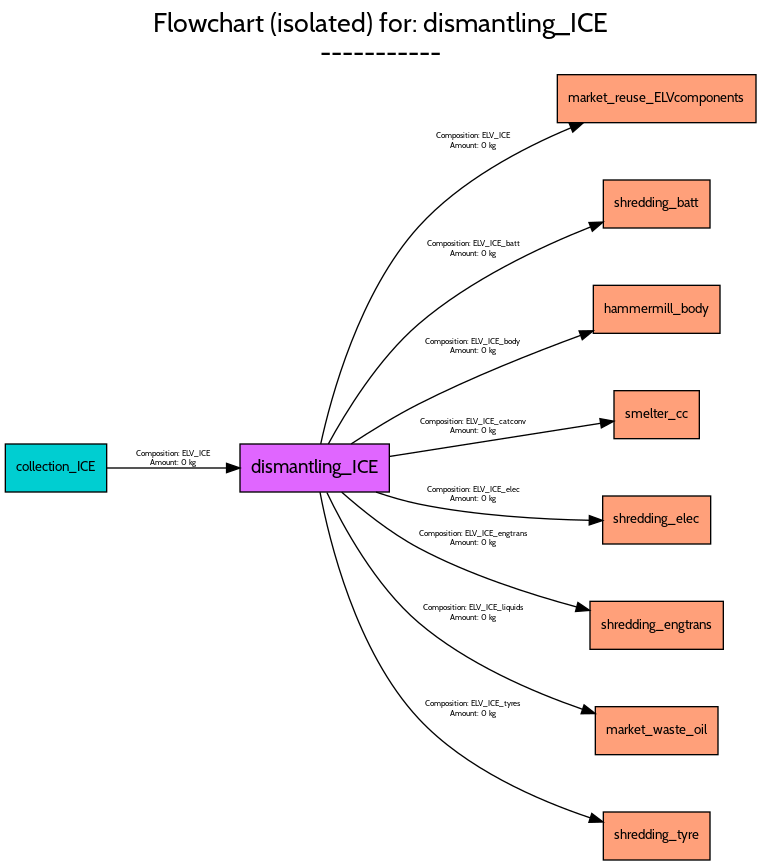
Above: src/examples/ELV/figures/flowcharts/processes/png/dismantling_ICE.png in FutuRaM-Project/Recovery-Model (Graphviz), before the change. Its source is kept beside it as src/examples/ELV/figures/flowcharts/processes/dot/dismantling_ICE.dot.
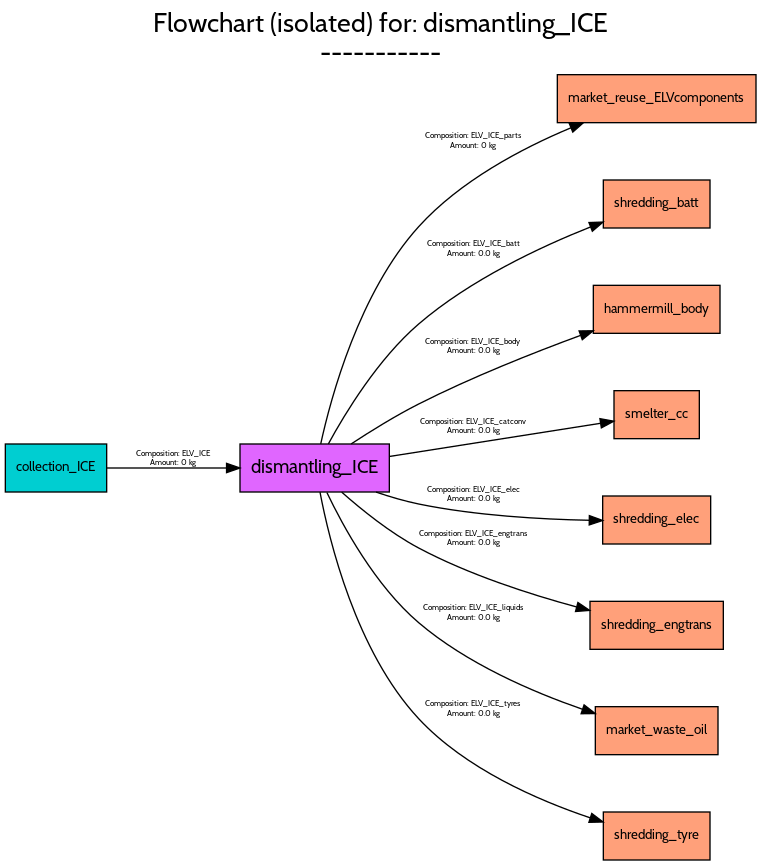
Later version of the same file.

Diff of the diagram source:
```diff
@@ -34,7 +34,7 @@
 	dismantling_ICE -> market_reuse_ELVcomponents	[color=black,
 		fontname=Cabin,
 		fontsize=6,
-		label="Composition: ELV_ICE
+		label="Composition: ELV_ICE_parts
 Amount: 0 kg",
 		lp="351,539",
 		pos="e,433.53,552.94 236.54,312.07 244.24,347.27 265.53,425.89 310,475 340.89,509.12 386.82,533.5 424.22,549.15"];
@@ -50,7 +50,7 @@
 		fontname=Cabin,
 		fontsize=6,
 		label="Composition: ELV_ICE_batt
-Amount: 0 kg",
+Amount: 0.0 kg",
 		lp="351,458",
 		pos="e,448.3,478.46 242.29,312.1 254.97,335.37 279.62,375.87 310,402 348.4,435.02 401.01,459.74 438.98,474.83"];
 	hammermill_body	[fillcolor=lightsalmon1,
@@ -65,7 +65,7 @@
 		fontname=Cabin,
 		fontsize=6,
 		label="Composition: ELV_ICE_body
-Amount: 0 kg",
+Amount: 0.0 kg",
 		lp="351,385",
 		pos="e,440.92,396.93 259.41,312.08 273.97,321.63 292.58,333.17 310,342 349.38,361.95 395.75,380.33 431.21,393.39"];
 	smelter_cc	[fillcolor=lightsalmon1,
@@ -80,7 +80,7 @@
 		fontname=Cabin,
 		fontsize=6,
 		label="Composition: ELV_ICE_catconv
-Amount: 0 kg",
+Amount: 0.0 kg",
 		lp="351,325",
 		pos="e,456.36,329.11 288.22,302.68 335.76,310.15 403.3,320.77 446.26,327.52"];
 	shredding_elec	[fillcolor=lightsalmon1,
@@ -95,7 +95,7 @@
 		fontname=Cabin,
 		fontsize=6,
 		label="Composition: ELV_ICE_elec
-Amount: 0 kg",
+Amount: 0.0 kg",
 		lp="351,274",
 		pos="e,447.96,254.64 278.03,275.94 288.38,272.42 299.45,269.16 310,267 352.55,258.27 401.91,255.51 437.76,254.8"];
 	shredding_engtrans	[fillcolor=lightsalmon1,
@@ -110,7 +110,7 @@
 		fontname=Cabin,
 		fontsize=6,
 		label="Composition: ELV_ICE_engtrans
-Amount: 0 kg",
+Amount: 0.0 kg",
 		lp="351,241",
 		pos="e,438.2,187.2 252.26,275.9 267.09,262.77 288.6,245.38 310,234 347.41,214.1 392.89,199.4 428.45,189.78"];
 	market_waste_oil	[fillcolor=lightsalmon1,
@@ -125,7 +125,7 @@
 		fontname=Cabin,
 		fontsize=6,
 		label="Composition: ELV_ICE_liquids
-Amount: 0 kg",
+Amount: 0.0 kg",
 		lp="351,185",
 		pos="e,442.43,109.82 241.17,275.61 253.1,250.59 277.46,205.77 310,178 345.83,147.42 395.12,126.16 432.66,113.12"];
 	shredding_tyre	[fillcolor=lightsalmon1,
@@ -140,7 +140,7 @@
 		fontname=Cabin,
 		fontsize=6,
 		label="Composition: ELV_ICE_tyres
-Amount: 0 kg",
+Amount: 0.0 kg",
 		lp="351,113",
 		pos="e,448.27,28.5 236,275.92 242.89,239.5 263.02,156.47 310,106 344.89,68.518 399.23,44.869 438.6,31.641"];
 	collection_ICE	[fillcolor=darkturquoise,
```
